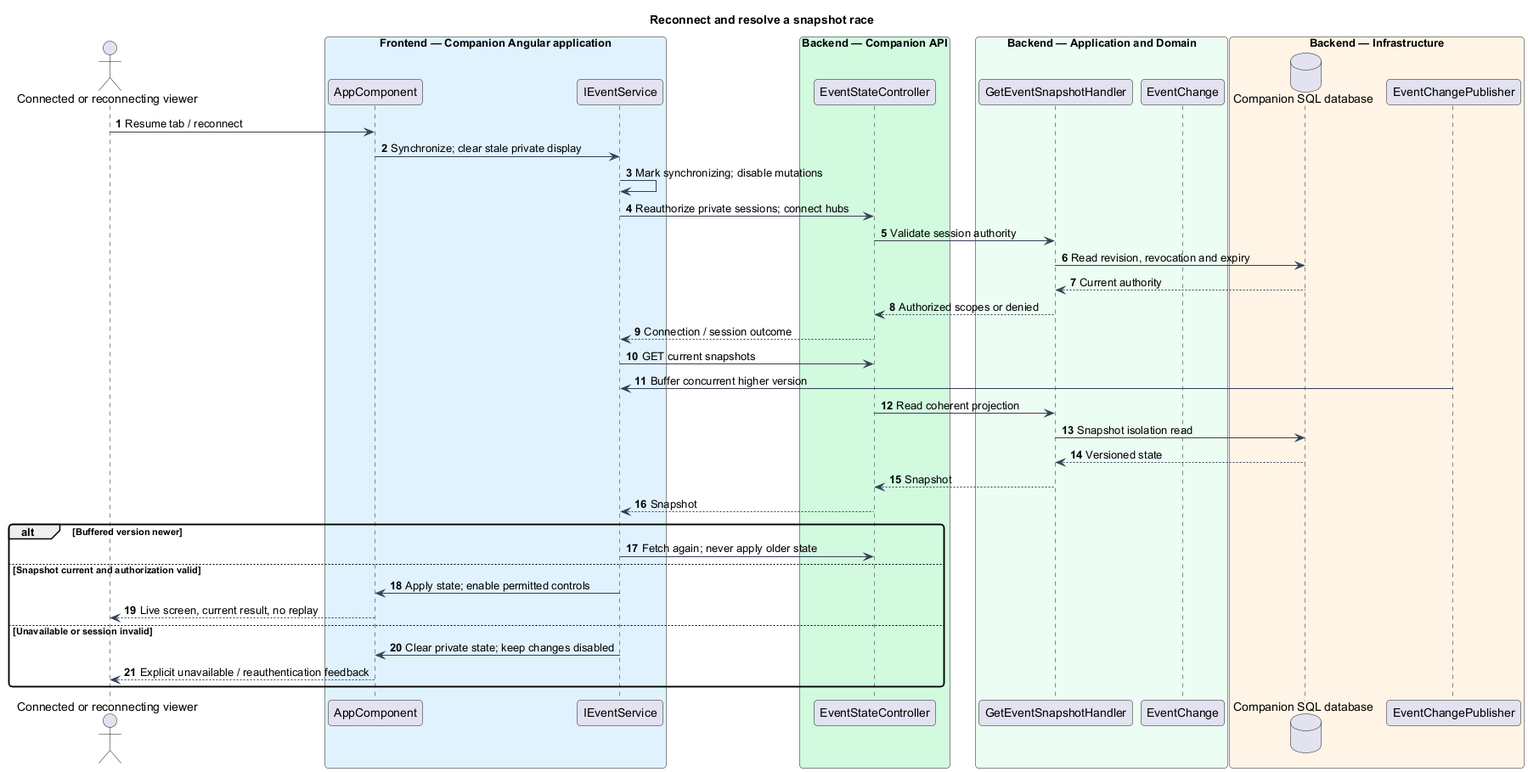
Earlier version of the PlantUML export docs/detailed-designs/operations/synchronize-and-recover-state/diagrams/sequence-reconnect.png (QuinntyneBrown/faithtech-toronto-ai-build-event). Source of this version:
```plantuml
@startuml
skinparam backgroundColor #FFFFFF
skinparam shadowing false
skinparam defaultFontName Arial
skinparam ArrowColor #344054
skinparam roundcorner 8
autonumber
title Reconnect and resolve a snapshot race
actor "Connected or reconnecting viewer" as actor
box "Frontend — Companion Angular application" #E0F2FE
participant "AppComponent" as page
participant "IEventService" as client
end box
box "Backend — Companion API" #D1FADF
participant "EventStateController" as controller
end box
box "Backend — Application and Domain" #ECFDF3
participant "GetEventSnapshotHandler" as handler
participant "EventChange" as entity
end box
box "Backend — Infrastructure" #FFF4E5
database "Companion SQL database" as db
participant "EventChangePublisher" as push
end box
actor -> page : Resume tab / reconnect
page -> client : Synchronize; clear stale private display
client -> client : Mark synchronizing; disable mutations
client -> controller : Reauthorize private sessions; connect hubs
controller -> handler : Validate session authority
handler -> db : Read revision, revocation and expiry
 db --> handler : Current authority
handler --> controller : Authorized scopes or denied
controller --> client : Connection / session outcome
client -> controller : GET current snapshots
push -> client : Buffer concurrent higher version
controller -> handler : Read coherent projection
handler -> db : Snapshot isolation read
 db --> handler : Versioned state
handler --> controller : Snapshot
controller --> client : Snapshot
alt Buffered version newer
 client -> controller : Fetch again; never apply older state
else Snapshot current and authorization valid
 client -> page : Apply state; enable permitted controls
 page --> actor : Live screen, current result, no replay
else Unavailable or session invalid
 client -> page : Clear private state; keep changes disabled
 page --> actor : Explicit unavailable / reauthentication feedback
end
@enduml
```
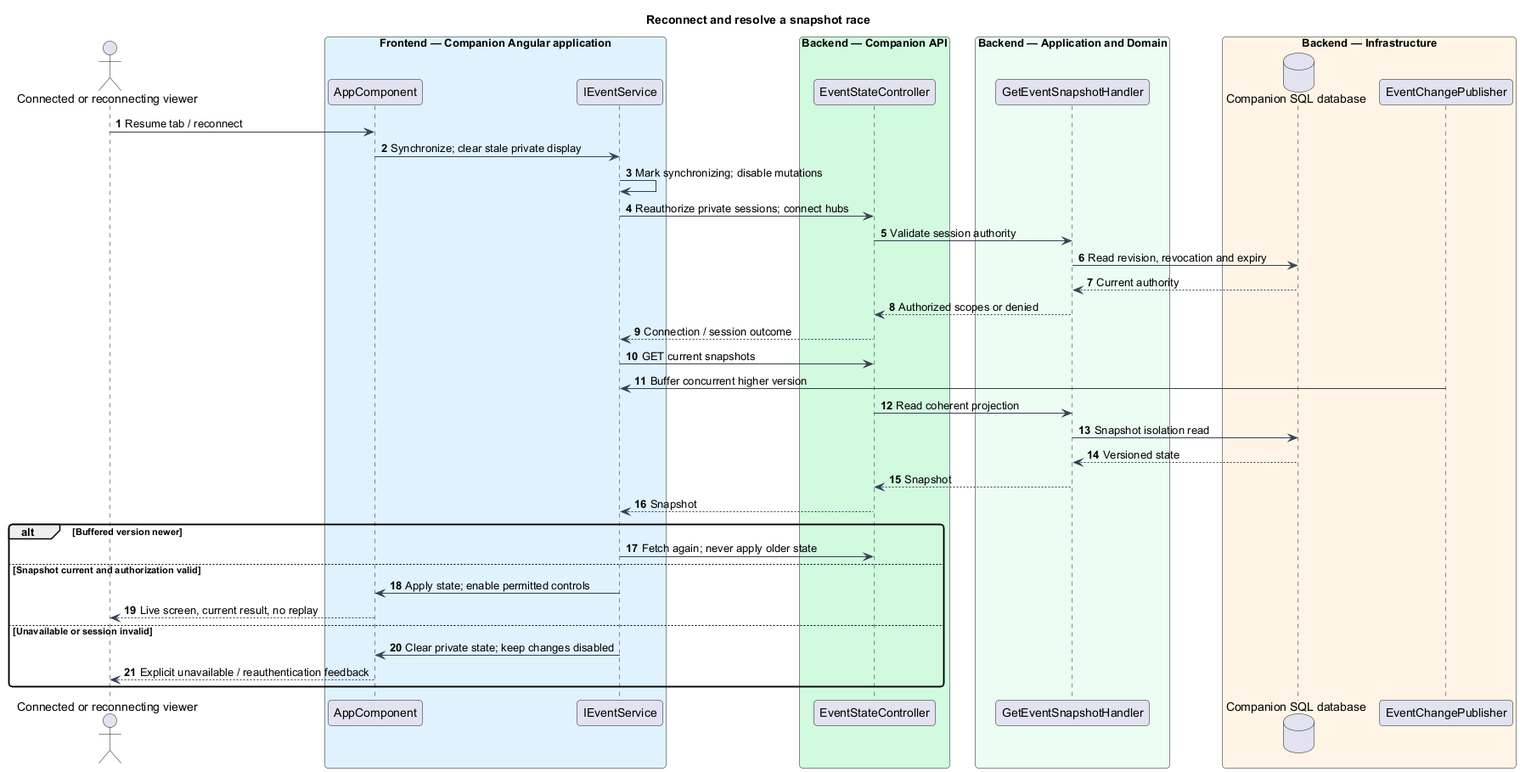
Above is the later version.

Diff of the diagram source:
```diff
@@ -16,7 +16,6 @@
 end box
 box "Backend — Application and Domain" #ECFDF3
 participant "GetEventSnapshotHandler" as handler
-participant "EventChange" as entity
 end box
 box "Backend — Infrastructure" #FFF4E5
 database "Companion SQL database" as db
```
